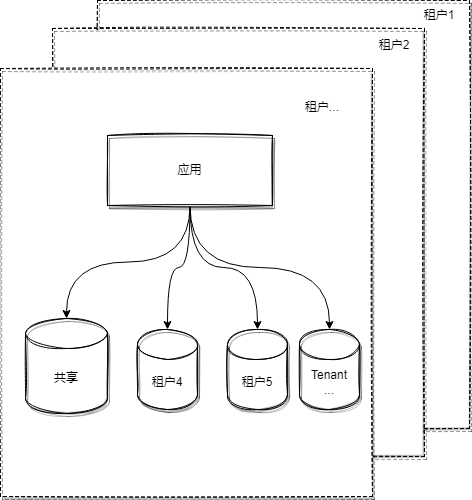
This is docs/mode3_zh.png from go-saas/saas, a draw.io export, as it was before one commit. Source tidied: cells renumbered, new cells last; positions are measured from the earlier drawing's top-left corner, leaving out a move shared by most shapes.
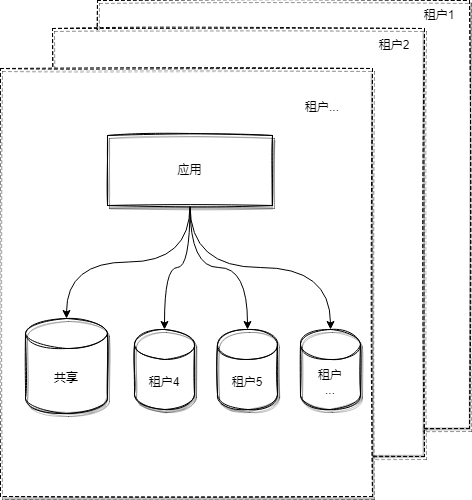
The same diagram one commit later.

Diff of the diagram source:
```diff
@@ -36,13 +36,13 @@
       <mxGeometry x="409" width="60" height="30" as="geometry" />
     </mxCell>
     <mxCell id="13" value="租户4" style="shape=cylinder3;whiteSpace=wrap;html=1;boundedLbl=1;backgroundOutline=1;size=15;shadow=1;sketch=1;" parent="1" vertex="1">
-      <mxGeometry x="137" y="329" width="60" height="80" as="geometry" />
+      <mxGeometry x="134" y="329" width="60" height="80" as="geometry" />
     </mxCell>
     <mxCell id="14" value="租户5" style="shape=cylinder3;whiteSpace=wrap;html=1;boundedLbl=1;backgroundOutline=1;size=15;shadow=1;sketch=1;" parent="1" vertex="1">
-      <mxGeometry x="227" y="329" width="60" height="80" as="geometry" />
+      <mxGeometry x="217" y="329" width="60" height="80" as="geometry" />
     </mxCell>
-    <mxCell id="15" value="Tenant&lt;br&gt;..." style="shape=cylinder3;whiteSpace=wrap;html=1;boundedLbl=1;backgroundOutline=1;size=15;shadow=1;sketch=1;" parent="1" vertex="1">
-      <mxGeometry x="299" y="329" width="60" height="80" as="geometry" />
+    <mxCell id="15" value="租户&lt;br&gt;..." style="shape=cylinder3;whiteSpace=wrap;html=1;boundedLbl=1;backgroundOutline=1;size=15;shadow=1;sketch=1;" parent="1" vertex="1">
+      <mxGeometry x="300" y="329" width="60" height="80" as="geometry" />
     </mxCell>
     <mxCell id="16" value="租户2" style="text;html=1;strokeColor=none;fillColor=none;align=center;verticalAlign=middle;whiteSpace=wrap;rounded=0;shadow=1;sketch=1;" parent="1" vertex="1">
       <mxGeometry x="364" y="30" width="60" height="30" as="geometry" />
```
